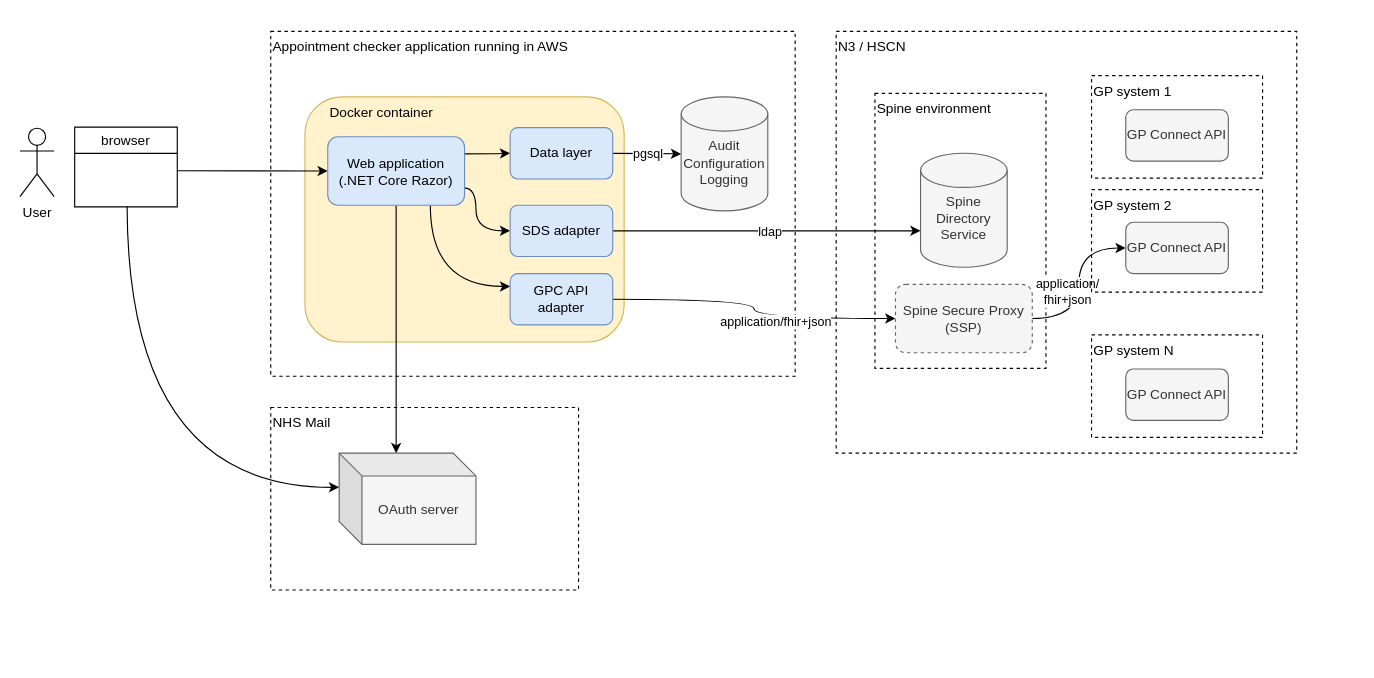
Earlier version of the draw.io diagram documentation/gpc-appointment-checker-high-level-architecture.drawio (nhsconnect/gpconnect-appointment-checker). Source tidied: cells renumbered, new cells numbered last; positions are measured from the earlier drawing's top-left corner, leaving out a move shared by most shapes. Both pictures are drawn from the tidied source at 114%, with x=0, y=0 at pixel (19, 31).
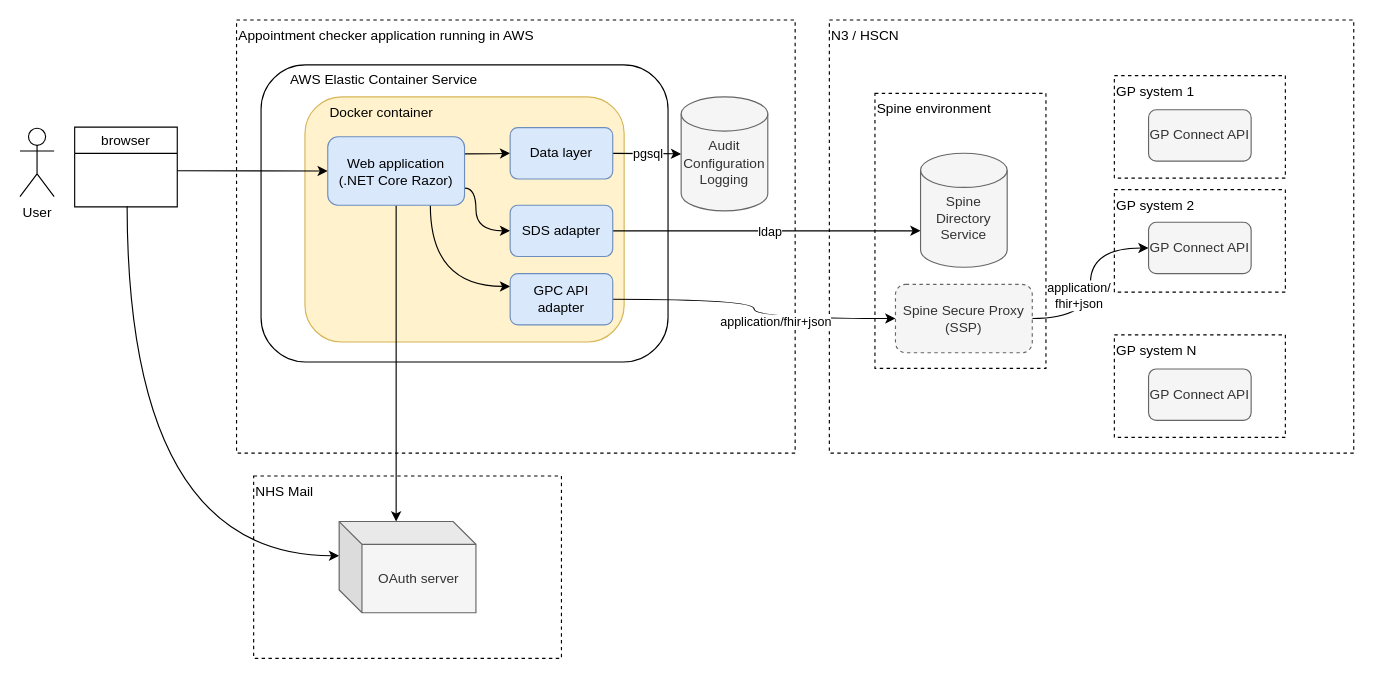
The same page after the edit.

Commit message (it also covers changes not shown here):
Update architecture diagram to include ECS

Change to the diagram source:
```diff
@@
     <mxCell id="2" value="Appointment checker application running in AWS" style="rounded=0;whiteSpace=wrap;html=1;verticalAlign=top;align=left;dashed=1;fillColor=none;" parent="1" vertex="1">
-      <mxGeometry x="220" width="460" height="302.5" as="geometry" />
+      <mxGeometry x="190" y="-10" width="490" height="380" as="geometry" />
     </mxCell>
     <mxCell id="3" value="N3 / HSCN" style="rounded=0;whiteSpace=wrap;html=1;verticalAlign=top;align=left;dashed=1;fillColor=none;" parent="1" vertex="1">
-      <mxGeometry x="716" width="404" height="370" as="geometry" />
+      <mxGeometry x="710" y="-10" width="460" height="380" as="geometry" />
     </mxCell>
@@
     <mxCell id="26" value="GP system 1" style="rounded=0;whiteSpace=wrap;html=1;verticalAlign=top;align=left;dashed=1;fillColor=none;" parent="1" vertex="1">
-      <mxGeometry x="940" y="38.8" width="150" height="90" as="geometry" />
+      <mxGeometry x="960" y="38.8" width="150" height="90" as="geometry" />
     </mxCell>
     <mxCell id="27" value="GP system 2" style="rounded=0;whiteSpace=wrap;html=1;verticalAlign=top;align=left;dashed=1;fillColor=none;" parent="1" vertex="1">
-      <mxGeometry x="940" y="138.8" width="150" height="90" as="geometry" />
+      <mxGeometry x="960" y="138.8" width="150" height="90" as="geometry" />
     </mxCell>
     <mxCell id="28" value="GP system N" style="rounded=0;whiteSpace=wrap;html=1;verticalAlign=top;align=left;dashed=1;fillColor=none;" parent="1" vertex="1">
-      <mxGeometry x="940" y="266.2" width="150" height="90" as="geometry" />
+      <mxGeometry x="960" y="266.2" width="150" height="90" as="geometry" />
     </mxCell>
     <mxCell id="29" value="GP Connect API" style="rounded=1;whiteSpace=wrap;html=1;align=center;fillColor=#f5f5f5;strokeColor=#666666;fontColor=#333333;" parent="1" vertex="1">
-      <mxGeometry x="970" y="68.8" width="90" height="45" as="geometry" />
+      <mxGeometry x="990" y="68.8" width="90" height="45" as="geometry" />
     </mxCell>
     <mxCell id="30" value="GP Connect API" style="rounded=1;whiteSpace=wrap;html=1;align=center;fillColor=#f5f5f5;strokeColor=#666666;fontColor=#333333;" parent="1" vertex="1">
-      <mxGeometry x="970" y="167.5" width="90" height="45" as="geometry" />
+      <mxGeometry x="990" y="167.5" width="90" height="45" as="geometry" />
     </mxCell>
     <mxCell id="31" value="GP Connect API" style="rounded=1;whiteSpace=wrap;html=1;align=center;fillColor=#f5f5f5;strokeColor=#666666;fontColor=#333333;" parent="1" vertex="1">
-      <mxGeometry x="970" y="296.2" width="90" height="45" as="geometry" />
+      <mxGeometry x="990" y="296.2" width="90" height="45" as="geometry" />
     </mxCell>
@@
     <mxCell id="33" value="NHS Mail" style="rounded=0;whiteSpace=wrap;html=1;verticalAlign=top;align=left;dashed=1;fillColor=none;" parent="1" vertex="1">
-      <mxGeometry x="220" y="330" width="270" height="160" as="geometry" />
+      <mxGeometry x="205" y="390" width="270" height="160" as="geometry" />
     </mxCell>
@@
     <mxCell id="35" value="OAuth server" style="shape=cube;whiteSpace=wrap;html=1;boundedLbl=1;backgroundOutline=1;darkOpacity=0.05;darkOpacity2=0.1;strokeColor=#666666;fillColor=#f5f5f5;align=center;fontColor=#333333;" parent="1" vertex="1">
-      <mxGeometry x="280" y="370" width="120" height="80" as="geometry" />
+      <mxGeometry x="280" y="430" width="120" height="80" as="geometry" />
     </mxCell>
@@
+    <mxCell id="38" value="&amp;nbsp; &amp;nbsp; &amp;nbsp; &amp;nbsp;AWS Elastic Container Service" style="rounded=1;whiteSpace=wrap;html=1;fillColor=none;verticalAlign=top;align=left;" parent="1" vertex="1">
+      <mxGeometry x="211.5" y="29.4" width="357" height="260.6" as="geometry" />
+    </mxCell>
```
